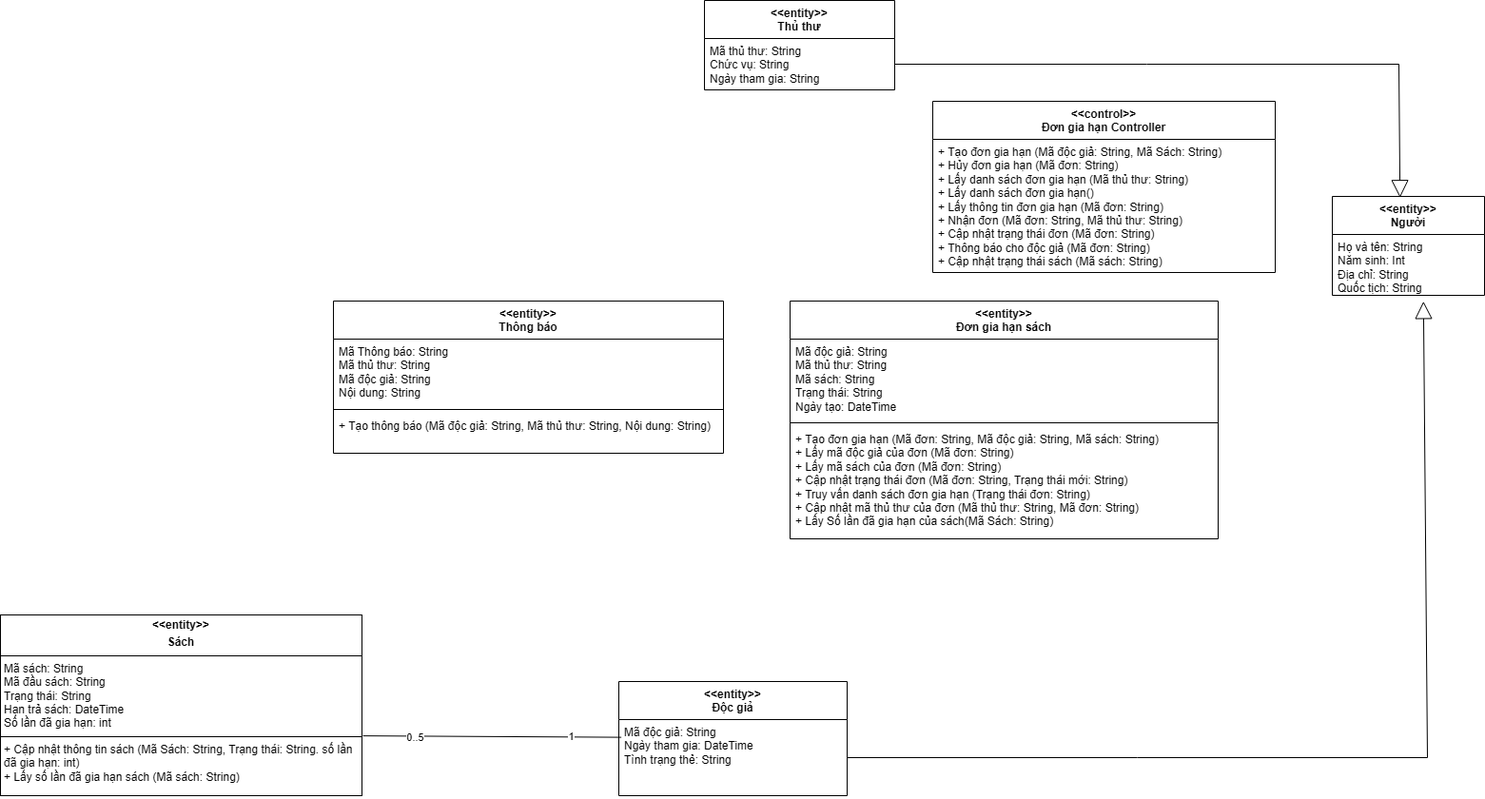
kimcuongdev/LibrarySystemAD keeps this draw.io diagram as Class Diagram/Modified Class Diagram/UC Gia hạn sách - Đối chiếu, chỉnh sửa.drawio.png. Above is the earlier version. Source tidied: cells renumbered, new cells last; positions are measured from the earlier drawing's top-left corner, leaving out a move shared by most shapes.
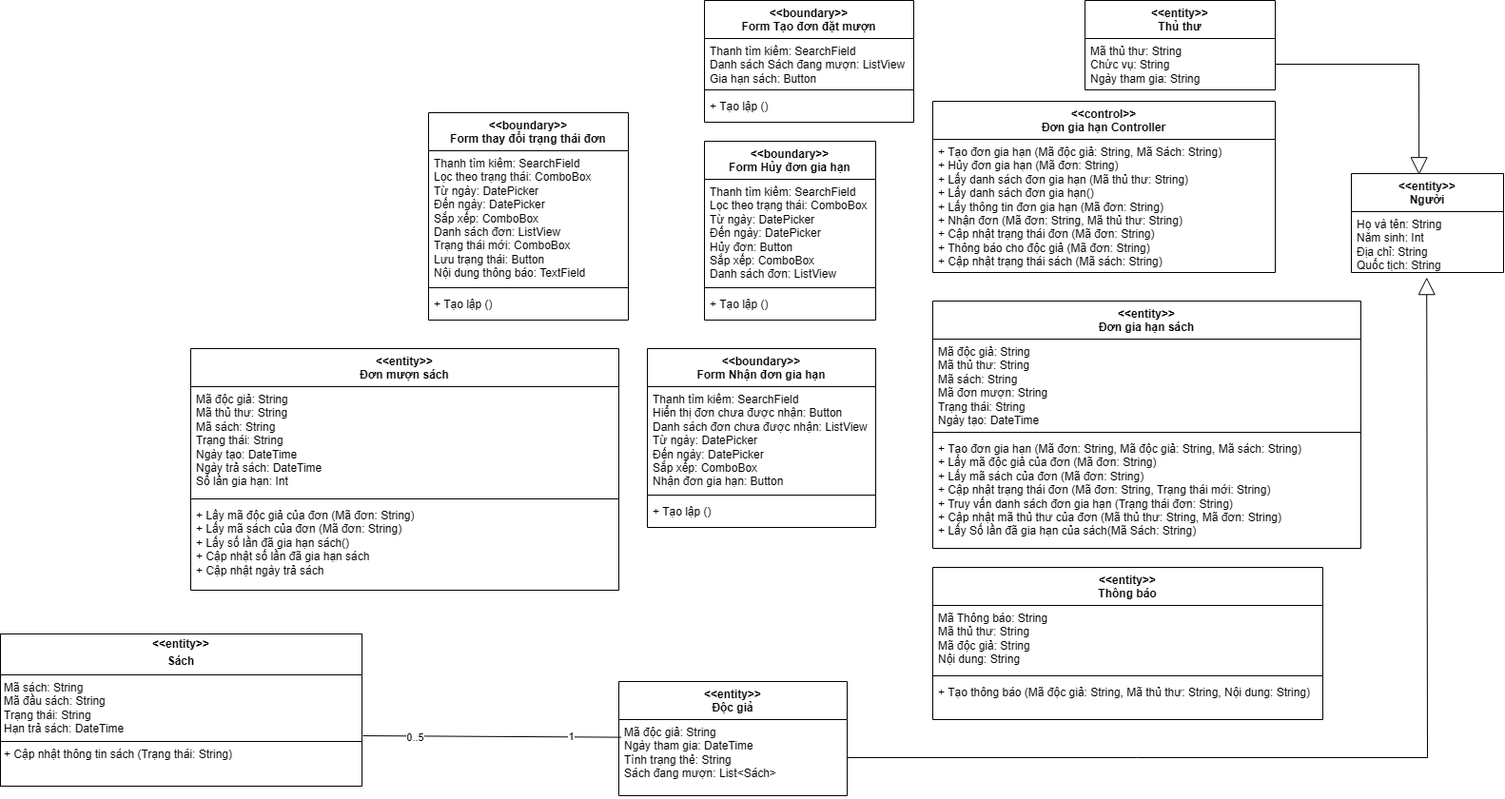
The same file after the commit.

Commit message:
update UC gia han sach

Diff of the diagram source:
```diff
@@ -13,7 +13,7 @@
         <mxPoint y="-1" as="offset" />
       </mxGeometry>
     </mxCell>
-    <mxCell id="5" style="endArrow=block;endSize=16;endFill=0;html=1;rounded=0;entryX=0.599;entryY=1.099;entryDx=0;entryDy=0;exitX=1;exitY=0.5;exitDx=0;exitDy=0;entryPerimeter=0;" parent="1" edge="1" source="21" target="8">
+    <mxCell id="5" style="endArrow=block;endSize=16;endFill=0;html=1;rounded=0;entryX=0.495;entryY=1.08;entryDx=0;entryDy=0;exitX=1;exitY=0.5;exitDx=0;exitDy=0;entryPerimeter=0;" parent="1" edge="1" source="21" target="8">
       <mxGeometry relative="1" as="geometry">
         <Array as="points">
           <mxPoint x="1500" y="796" />
@@ -23,30 +23,30 @@
     <mxCell id="6" style="endArrow=block;endSize=16;endFill=0;html=1;rounded=0;exitX=1;exitY=0.5;exitDx=0;exitDy=0;entryX=0.445;entryY=0.012;entryDx=0;entryDy=0;entryPerimeter=0;" parent="1" edge="1" source="18" target="7">
       <mxGeometry relative="1" as="geometry">
         <Array as="points">
-          <mxPoint x="1470" y="67" />
+          <mxPoint x="1491" y="67" />
         </Array>
       </mxGeometry>
     </mxCell>
     <mxCell id="7" value="&lt;div&gt;&amp;lt;&amp;lt;entity&amp;gt;&amp;gt;&lt;/div&gt;Người" style="swimlane;fontStyle=1;align=center;verticalAlign=top;horizontal=1;startSize=40;whiteSpace=wrap;html=1;" parent="1" vertex="1">
-      <mxGeometry x="1400" y="206" width="160" height="104" as="geometry" />
+      <mxGeometry x="1420" y="182" width="160" height="104" as="geometry" />
     </mxCell>
     <mxCell id="8" value="&lt;div&gt;Họ và tên: String&lt;/div&gt;&lt;div&gt;Năm sinh: Int&lt;/div&gt;&lt;div&gt;Địa chỉ: String&lt;/div&gt;&lt;div&gt;Quốc tịch: String&lt;/div&gt;" style="text;strokeColor=none;fillColor=none;align=left;verticalAlign=top;spacingLeft=4;spacingRight=4;overflow=hidden;points=[[0,0.5],[1,0.5]];portConstraint=eastwest;whiteSpace=wrap;html=1;" parent="7" vertex="1">
       <mxGeometry y="40" width="160" height="64" as="geometry" />
     </mxCell>
     <mxCell id="9" value="&lt;div&gt;&amp;lt;&amp;lt;entity&amp;gt;&amp;gt;&lt;/div&gt;Đơn gia hạn sách" style="swimlane;fontStyle=1;align=center;verticalAlign=top;horizontal=1;startSize=40;whiteSpace=wrap;html=1;" parent="1" vertex="1">
-      <mxGeometry x="830" y="316" width="450" height="250" as="geometry" />
+      <mxGeometry x="980" y="316" width="450" height="260" as="geometry" />
     </mxCell>
-    <mxCell id="10" value="Mã độc giả: String&lt;div&gt;Mã thủ thư: String&lt;br&gt;&lt;div&gt;Mã sách: String&lt;/div&gt;&lt;div&gt;Trạng thái: String&lt;/div&gt;&lt;/div&gt;&lt;div&gt;Ngày tạo: DateTime&lt;/div&gt;" style="text;strokeColor=none;fillColor=none;align=left;verticalAlign=top;spacingLeft=4;spacingRight=4;overflow=hidden;whiteSpace=wrap;html=1;" parent="9" vertex="1">
-      <mxGeometry y="40" width="450" height="84" as="geometry" />
+    <mxCell id="10" value="Mã độc giả: String&lt;div&gt;Mã thủ thư: String&lt;br&gt;&lt;div&gt;Mã sách: String&lt;/div&gt;&lt;div&gt;Mã đơn mượn: String&lt;/div&gt;&lt;div&gt;Trạng thái: String&lt;/div&gt;&lt;/div&gt;&lt;div&gt;Ngày tạo: DateTime&lt;/div&gt;" style="text;strokeColor=none;fillColor=none;align=left;verticalAlign=top;spacingLeft=4;spacingRight=4;overflow=hidden;whiteSpace=wrap;html=1;" parent="9" vertex="1">
+      <mxGeometry y="40" width="450" height="94" as="geometry" />
     </mxCell>
     <mxCell id="11" style="line;strokeWidth=1;fillColor=none;align=left;verticalAlign=middle;spacingTop=-1;spacingLeft=3;spacingRight=3;labelPosition=right;strokeColor=inherit;" parent="9" vertex="1">
-      <mxGeometry y="124" width="450" height="8" as="geometry" />
+      <mxGeometry y="134" width="450" height="8" as="geometry" />
     </mxCell>
     <mxCell id="12" value="+ Tạo đơn gia hạn (Mã đơn: String, Mã độc giả: String, Mã sách: String)&lt;div&gt;+ Lấy mã độc giả của đơn (Mã đơn: String)&lt;/div&gt;&lt;div&gt;+ Lấy mã sách của đơn (Mã đơn: String)&lt;/div&gt;&lt;div&gt;+ Cập nhật trạng thái đơn (Mã đơn: String, Trạng thái mới: String)&lt;/div&gt;&lt;div&gt;+ Truy vấn danh sách đơn gia hạn (Trạng thái đơn: String)&lt;/div&gt;&lt;div&gt;+ Cập nhật mã thủ thư của đơn (Mã thủ thư: String, Mã đơn: String)&lt;/div&gt;&lt;div&gt;+ Lấy Số lần đã gia hạn của sách(Mã Sách: String)&lt;/div&gt;" style="text;strokeColor=none;fillColor=none;align=left;verticalAlign=top;spacingLeft=4;spacingRight=4;overflow=hidden;whiteSpace=wrap;html=1;" parent="9" vertex="1">
-      <mxGeometry y="132" width="450" height="118" as="geometry" />
+      <mxGeometry y="142" width="450" height="118" as="geometry" />
     </mxCell>
     <mxCell id="13" value="&amp;lt;&amp;lt;entity&amp;gt;&amp;gt;&lt;div&gt;Thông báo&lt;/div&gt;" style="swimlane;fontStyle=1;align=center;verticalAlign=top;horizontal=1;startSize=40;whiteSpace=wrap;html=1;" parent="1" vertex="1">
-      <mxGeometry x="350" y="316" width="410" height="160" as="geometry" />
+      <mxGeometry x="980" y="596" width="410" height="160" as="geometry" />
     </mxCell>
     <mxCell id="14" value="Mã Thông báo: String&lt;br&gt;Mã thủ thư: String&lt;div&gt;Mã độc giả: String&lt;/div&gt;&lt;div&gt;Nội dung: String&lt;/div&gt;" style="text;strokeColor=none;fillColor=none;align=left;verticalAlign=top;spacingLeft=4;spacingRight=4;overflow=hidden;whiteSpace=wrap;html=1;" parent="13" vertex="1">
       <mxGeometry y="40" width="410" height="70" as="geometry" />
@@ -58,18 +58,18 @@
       <mxGeometry y="118" width="410" height="42" as="geometry" />
     </mxCell>
     <mxCell id="17" value="&lt;div&gt;&amp;lt;&amp;lt;entity&amp;gt;&amp;gt;&lt;/div&gt;Thủ thư" style="swimlane;fontStyle=1;align=center;verticalAlign=top;horizontal=1;startSize=40;whiteSpace=wrap;html=1;" parent="1" vertex="1">
-      <mxGeometry x="740" width="200" height="94" as="geometry" />
+      <mxGeometry x="1140" width="200" height="94" as="geometry" />
     </mxCell>
     <mxCell id="18" value="Mã thủ thư: String&lt;div&gt;Chức vụ: String&lt;/div&gt;&lt;div&gt;Ngày tham gia: String&lt;/div&gt;" style="text;strokeColor=none;fillColor=none;align=left;verticalAlign=top;spacingLeft=4;spacingRight=4;overflow=hidden;points=[[0,0.5],[1,0.5]];portConstraint=eastwest;whiteSpace=wrap;html=1;" parent="17" vertex="1">
       <mxGeometry y="40" width="200" height="54" as="geometry" />
     </mxCell>
-    <mxCell id="19" value="&lt;p style=&quot;margin:0px;margin-top:4px;text-align:center;&quot;&gt;&lt;b&gt;&amp;lt;&amp;lt;entity&amp;gt;&amp;gt;&lt;/b&gt;&lt;/p&gt;&lt;p style=&quot;margin:0px;margin-top:4px;text-align:center;&quot;&gt;&lt;b&gt;Sách&lt;/b&gt;&lt;/p&gt;&lt;hr size=&quot;1&quot; style=&quot;border-style:solid;&quot;&gt;&lt;p style=&quot;margin:0px;margin-left:4px;&quot;&gt;Mã sách: String&lt;/p&gt;&lt;p style=&quot;margin:0px;margin-left:4px;&quot;&gt;Mã đầu sách: String&lt;/p&gt;&lt;p style=&quot;margin:0px;margin-left:4px;&quot;&gt;Trạng thái: String&lt;/p&gt;&lt;p style=&quot;margin:0px;margin-left:4px;&quot;&gt;Hạn trả sách: DateTime&lt;/p&gt;&lt;p style=&quot;margin:0px;margin-left:4px;&quot;&gt;Số lần đã gia hạn: int&lt;/p&gt;&lt;hr size=&quot;1&quot; style=&quot;border-style:solid;&quot;&gt;&lt;p style=&quot;margin:0px;margin-left:4px;&quot;&gt;+ Cập nhật thông tin sách (Mã Sách: String, Trạng thái: String. số lần đã gia hạn: int)&lt;/p&gt;&lt;p style=&quot;margin:0px;margin-left:4px;&quot;&gt;+ Lấy số lần đã gia hạn sách (Mã sách: String)&lt;/p&gt;" style="verticalAlign=top;align=left;overflow=fill;html=1;whiteSpace=wrap;" parent="1" vertex="1">
-      <mxGeometry y="646" width="380" height="190" as="geometry" />
+    <mxCell id="19" value="&lt;p style=&quot;margin:0px;margin-top:4px;text-align:center;&quot;&gt;&lt;b&gt;&amp;lt;&amp;lt;entity&amp;gt;&amp;gt;&lt;/b&gt;&lt;/p&gt;&lt;p style=&quot;margin:0px;margin-top:4px;text-align:center;&quot;&gt;&lt;b&gt;Sách&lt;/b&gt;&lt;/p&gt;&lt;hr size=&quot;1&quot; style=&quot;border-style:solid;&quot;&gt;&lt;p style=&quot;margin:0px;margin-left:4px;&quot;&gt;Mã sách: String&lt;/p&gt;&lt;p style=&quot;margin:0px;margin-left:4px;&quot;&gt;Mã đầu sách: String&lt;/p&gt;&lt;p style=&quot;margin:0px;margin-left:4px;&quot;&gt;Trạng thái: String&lt;/p&gt;&lt;p style=&quot;margin:0px;margin-left:4px;&quot;&gt;Hạn trả sách: DateTime&lt;/p&gt;&lt;hr size=&quot;1&quot; style=&quot;border-style:solid;&quot;&gt;&lt;p style=&quot;margin:0px;margin-left:4px;&quot;&gt;+ Cập nhật thông tin sách (Trạng thái: String)&lt;/p&gt;" style="verticalAlign=top;align=left;overflow=fill;html=1;whiteSpace=wrap;" parent="1" vertex="1">
+      <mxGeometry y="666" width="380" height="160" as="geometry" />
     </mxCell>
     <mxCell id="20" value="&lt;div&gt;&amp;lt;&amp;lt;entity&amp;gt;&amp;gt;&lt;/div&gt;Độc giả" style="swimlane;fontStyle=1;align=center;verticalAlign=top;horizontal=1;startSize=40;whiteSpace=wrap;html=1;" parent="1" vertex="1">
       <mxGeometry x="650" y="716" width="240" height="120" as="geometry" />
     </mxCell>
-    <mxCell id="21" value="Mã độc giả: String&lt;div&gt;Ngày tham gia: DateTime&lt;/div&gt;&lt;div&gt;Tình trạng thẻ: String&amp;nbsp;&lt;/div&gt;&lt;div&gt;&lt;br&gt;&lt;/div&gt;" style="text;strokeColor=none;fillColor=none;align=left;verticalAlign=top;spacingLeft=4;spacingRight=4;overflow=hidden;points=[[0,0.5],[1,0.5]];portConstraint=eastwest;whiteSpace=wrap;html=1;" parent="20" vertex="1">
+    <mxCell id="21" value="Mã độc giả: String&lt;div&gt;Ngày tham gia: DateTime&lt;/div&gt;&lt;div&gt;Tình trạng thẻ: String&amp;nbsp;&lt;/div&gt;&lt;div&gt;Sách đang mượn: List&amp;lt;Sách&amp;gt;&lt;/div&gt;" style="text;strokeColor=none;fillColor=none;align=left;verticalAlign=top;spacingLeft=4;spacingRight=4;overflow=hidden;points=[[0,0.5],[1,0.5]];portConstraint=eastwest;whiteSpace=wrap;html=1;" parent="20" vertex="1">
       <mxGeometry y="40" width="240" height="80" as="geometry" />
     </mxCell>
     <mxCell id="22" value="&lt;div&gt;&amp;lt;&amp;lt;control&amp;gt;&amp;gt;&lt;/div&gt;Đơn gia hạn Controller" style="swimlane;fontStyle=1;align=center;verticalAlign=top;horizontal=1;startSize=40;whiteSpace=wrap;html=1;" parent="1" vertex="1">
@@ -78,5 +78,65 @@
     <mxCell id="23" value="+ Tạo đơn gia hạn (Mã độc giả: String, Mã Sách: String)&lt;div&gt;+ Hủy đơn gia hạn (Mã đơn: String)&lt;/div&gt;&lt;div&gt;+ Lấy danh sách đơn gia hạn (Mã thủ thư: String)&lt;/div&gt;&lt;div&gt;+ Lấy danh sách đơn gia hạn()&lt;/div&gt;&lt;div&gt;+ Lấy thông tin đơn gia hạn (Mã đơn&lt;span style=&quot;background-color: transparent; color: light-dark(rgb(0, 0, 0), rgb(255, 255, 255));&quot;&gt;: String&lt;/span&gt;&lt;span style=&quot;background-color: transparent; color: light-dark(rgb(0, 0, 0), rgb(255, 255, 255));&quot;&gt;)&lt;/span&gt;&lt;/div&gt;&lt;div&gt;+ Nhận đơn (Mã đơn: String, Mã thủ thư: String)&lt;/div&gt;&lt;div&gt;+ Cập nhật trạng thái đơn (Mã đơn: String)&lt;/div&gt;&lt;div&gt;+ Thông báo cho độc giả (Mã đơn&lt;span style=&quot;background-color: transparent; color: light-dark(rgb(0, 0, 0), rgb(255, 255, 255));&quot;&gt;: String&lt;/span&gt;&lt;span style=&quot;background-color: transparent; color: light-dark(rgb(0, 0, 0), rgb(255, 255, 255));&quot;&gt;)&lt;/span&gt;&lt;/div&gt;&lt;div&gt;+ Cập nhật trạng thái sách (Mã sách&lt;span style=&quot;background-color: transparent; color: light-dark(rgb(0, 0, 0), rgb(255, 255, 255));&quot;&gt;: String&lt;/span&gt;&lt;span style=&quot;background-color: transparent; color: light-dark(rgb(0, 0, 0), rgb(255, 255, 255));&quot;&gt;)&lt;/span&gt;&lt;/div&gt;" style="text;strokeColor=none;fillColor=none;align=left;verticalAlign=top;spacingLeft=4;spacingRight=4;overflow=hidden;whiteSpace=wrap;html=1;" parent="22" vertex="1">
       <mxGeometry y="40" width="360" height="140" as="geometry" />
     </mxCell>
+    <mxCell id="24" value="&amp;lt;&amp;lt;boundary&amp;gt;&amp;gt;&lt;div&gt;Form Tạo đơn đặt mượn&lt;/div&gt;" style="swimlane;fontStyle=1;align=center;verticalAlign=top;horizontal=1;startSize=40;whiteSpace=wrap;html=1;" parent="1" vertex="1">
+      <mxGeometry x="740" width="220" height="128" as="geometry" />
+    </mxCell>
+    <mxCell id="25" value="Thanh tìm kiếm: SearchField&lt;div&gt;Danh sách Sách đang mượn: ListView&lt;br&gt;&lt;div&gt;Gia hạn sách: Button&lt;/div&gt;&lt;/div&gt;" style="text;strokeColor=none;fillColor=none;align=left;verticalAlign=top;spacingLeft=4;spacingRight=4;overflow=hidden;whiteSpace=wrap;html=1;" parent="24" vertex="1">
+      <mxGeometry y="40" width="220" height="50" as="geometry" />
+    </mxCell>
+    <mxCell id="26" style="line;strokeWidth=1;fillColor=none;align=left;verticalAlign=middle;spacingTop=-1;spacingLeft=3;spacingRight=3;labelPosition=right;strokeColor=inherit;" parent="24" vertex="1">
+      <mxGeometry y="90" width="220" height="8" as="geometry" />
+    </mxCell>
+    <mxCell id="27" value="&lt;div&gt;+ Tạo lập ()&lt;/div&gt;" style="text;strokeColor=none;fillColor=none;align=left;verticalAlign=top;spacingLeft=4;spacingRight=4;overflow=hidden;whiteSpace=wrap;html=1;" parent="24" vertex="1">
+      <mxGeometry y="98" width="220" height="30" as="geometry" />
+    </mxCell>
+    <mxCell id="28" value="&amp;lt;&amp;lt;boundary&amp;gt;&amp;gt;&lt;div&gt;Form Hủy đơn gia hạn&lt;/div&gt;" style="swimlane;fontStyle=1;align=center;verticalAlign=top;horizontal=1;startSize=40;whiteSpace=wrap;html=1;" parent="1" vertex="1">
+      <mxGeometry x="740" y="148" width="180" height="188" as="geometry" />
+    </mxCell>
+    <mxCell id="29" value="Thanh tìm kiếm: SearchField&lt;div&gt;Lọc theo trạng thái: ComboBox&amp;nbsp;&lt;/div&gt;&lt;div&gt;Từ ngày: DatePicker&lt;/div&gt;&lt;div&gt;Đến ngày: DatePicker&lt;/div&gt;&lt;div&gt;Hủy đơn: Button&lt;/div&gt;&lt;div&gt;Sắp xếp: ComboBox&lt;/div&gt;&lt;div&gt;Danh sách đơn: ListView&lt;/div&gt;&lt;div&gt;&lt;br&gt;&lt;/div&gt;" style="text;strokeColor=none;fillColor=none;align=left;verticalAlign=top;spacingLeft=4;spacingRight=4;overflow=hidden;whiteSpace=wrap;html=1;" parent="28" vertex="1">
+      <mxGeometry y="40" width="180" height="110" as="geometry" />
+    </mxCell>
+    <mxCell id="30" style="line;strokeWidth=1;fillColor=none;align=left;verticalAlign=middle;spacingTop=-1;spacingLeft=3;spacingRight=3;labelPosition=right;strokeColor=inherit;" parent="28" vertex="1">
+      <mxGeometry y="150" width="180" height="8" as="geometry" />
+    </mxCell>
+    <mxCell id="31" value="&lt;div&gt;+ Tạo lập ()&lt;/div&gt;" style="text;strokeColor=none;fillColor=none;align=left;verticalAlign=top;spacingLeft=4;spacingRight=4;overflow=hidden;whiteSpace=wrap;html=1;" parent="28" vertex="1">
+      <mxGeometry y="158" width="180" height="30" as="geometry" />
+    </mxCell>
+    <mxCell id="32" value="&amp;lt;&amp;lt;boundary&amp;gt;&amp;gt;&lt;div&gt;Form Nhận đơn gia hạn&lt;/div&gt;" style="swimlane;fontStyle=1;align=center;verticalAlign=top;horizontal=1;startSize=40;whiteSpace=wrap;html=1;" parent="1" vertex="1">
+      <mxGeometry x="680" y="366" width="240" height="188" as="geometry" />
+    </mxCell>
+    <mxCell id="33" value="Thanh tìm kiếm: SearchField&lt;div&gt;Hiển thị đơn chưa được nhận: Button&lt;/div&gt;&lt;div&gt;&lt;div&gt;Danh sách đơn chưa được nhận: ListView&lt;/div&gt;&lt;div&gt;Từ ngày: DatePicker&lt;/div&gt;&lt;div&gt;Đến ngày: DatePicker&lt;/div&gt;&lt;/div&gt;&lt;div&gt;Sắp xếp: ComboBox&lt;/div&gt;&lt;div&gt;Nhận đơn gia hạn: Button&lt;/div&gt;" style="text;strokeColor=none;fillColor=none;align=left;verticalAlign=top;spacingLeft=4;spacingRight=4;overflow=hidden;whiteSpace=wrap;html=1;" parent="32" vertex="1">
+      <mxGeometry y="40" width="240" height="110" as="geometry" />
+    </mxCell>
+    <mxCell id="34" style="line;strokeWidth=1;fillColor=none;align=left;verticalAlign=middle;spacingTop=-1;spacingLeft=3;spacingRight=3;labelPosition=right;strokeColor=inherit;" parent="32" vertex="1">
+      <mxGeometry y="150" width="240" height="8" as="geometry" />
+    </mxCell>
+    <mxCell id="35" value="&lt;div&gt;+ Tạo lập ()&lt;/div&gt;" style="text;strokeColor=none;fillColor=none;align=left;verticalAlign=top;spacingLeft=4;spacingRight=4;overflow=hidden;whiteSpace=wrap;html=1;" parent="32" vertex="1">
+      <mxGeometry y="158" width="240" height="30" as="geometry" />
+    </mxCell>
+    <mxCell id="36" value="&amp;lt;&amp;lt;boundary&amp;gt;&amp;gt;&lt;div&gt;Form thay đổi trạng thái đơn&lt;/div&gt;" style="swimlane;fontStyle=1;align=center;verticalAlign=top;horizontal=1;startSize=40;whiteSpace=wrap;html=1;" parent="1" vertex="1">
+      <mxGeometry x="450" y="118" width="210" height="218" as="geometry" />
+    </mxCell>
+    <mxCell id="37" value="Thanh tìm kiếm: SearchField&lt;div&gt;Lọc theo trạng thái: ComboBox&amp;nbsp;&lt;/div&gt;&lt;div&gt;&lt;span style=&quot;background-color: transparent; color: light-dark(rgb(0, 0, 0), rgb(255, 255, 255));&quot;&gt;Từ ngày: DatePicker&lt;/span&gt;&lt;/div&gt;&lt;div&gt;&lt;div&gt;Đến ngày: DatePicker&lt;/div&gt;&lt;/div&gt;&lt;div&gt;Sắp xếp: ComboBox&lt;/div&gt;&lt;div&gt;Danh sách đơn: ListView&lt;/div&gt;&lt;div&gt;Trạng thái mới: ComboBox&lt;/div&gt;&lt;div&gt;Lưu trạng thái: Button&lt;/div&gt;&lt;div&gt;Nội dung thông báo: TextField&lt;/div&gt;" style="text;strokeColor=none;fillColor=none;align=left;verticalAlign=top;spacingLeft=4;spacingRight=4;overflow=hidden;whiteSpace=wrap;html=1;" parent="36" vertex="1">
+      <mxGeometry y="40" width="210" height="140" as="geometry" />
+    </mxCell>
+    <mxCell id="38" style="line;strokeWidth=1;fillColor=none;align=left;verticalAlign=middle;spacingTop=-1;spacingLeft=3;spacingRight=3;labelPosition=right;strokeColor=inherit;" parent="36" vertex="1">
+      <mxGeometry y="180" width="210" height="8" as="geometry" />
+    </mxCell>
+    <mxCell id="39" value="&lt;div&gt;+ Tạo lập ()&lt;/div&gt;" style="text;strokeColor=none;fillColor=none;align=left;verticalAlign=top;spacingLeft=4;spacingRight=4;overflow=hidden;whiteSpace=wrap;html=1;" parent="36" vertex="1">
+      <mxGeometry y="188" width="210" height="30" as="geometry" />
+    </mxCell>
+    <mxCell id="40" value="&lt;div&gt;&amp;lt;&amp;lt;entity&amp;gt;&amp;gt;&lt;/div&gt;Đơn mượn sách" style="swimlane;fontStyle=1;align=center;verticalAlign=top;horizontal=1;startSize=40;whiteSpace=wrap;html=1;" parent="1" vertex="1">
+      <mxGeometry x="200" y="366" width="450" height="254" as="geometry" />
+    </mxCell>
+    <mxCell id="41" value="Mã độc giả: String&lt;div&gt;Mã thủ thư: String&lt;br&gt;&lt;div&gt;Mã sách: String&lt;/div&gt;&lt;div&gt;Trạng thái: String&lt;/div&gt;&lt;/div&gt;&lt;div&gt;Ngày tạo: DateTime&lt;/div&gt;&lt;div&gt;Ngày trả sách: DateTime&lt;/div&gt;&lt;div&gt;Số lần gia hạn: Int&lt;/div&gt;" style="text;strokeColor=none;fillColor=none;align=left;verticalAlign=top;spacingLeft=4;spacingRight=4;overflow=hidden;whiteSpace=wrap;html=1;" parent="40" vertex="1">
+      <mxGeometry y="40" width="450" height="114" as="geometry" />
+    </mxCell>
+    <mxCell id="42" style="line;strokeWidth=1;fillColor=none;align=left;verticalAlign=middle;spacingTop=-1;spacingLeft=3;spacingRight=3;labelPosition=right;strokeColor=inherit;" parent="40" vertex="1">
+      <mxGeometry y="154" width="450" height="8" as="geometry" />
+    </mxCell>
+    <mxCell id="43" value="&lt;div&gt;+ Lấy mã độc giả của đơn (Mã đơn: String)&lt;/div&gt;&lt;div&gt;+ Lấy mã sách của đơn (Mã đơn: String)&lt;/div&gt;&lt;div&gt;+ Lấy số lần đã gia hạn sách()&lt;/div&gt;&lt;div&gt;+ Cập nhật số lần đã gia hạn sách&lt;/div&gt;&lt;div&gt;+ Cập nhật ngày trả sách&lt;/div&gt;" style="text;strokeColor=none;fillColor=none;align=left;verticalAlign=top;spacingLeft=4;spacingRight=4;overflow=hidden;whiteSpace=wrap;html=1;" parent="40" vertex="1">
+      <mxGeometry y="162" width="450" height="92" as="geometry" />
+    </mxCell>
   </root>
 </mxGraphModel>
```
